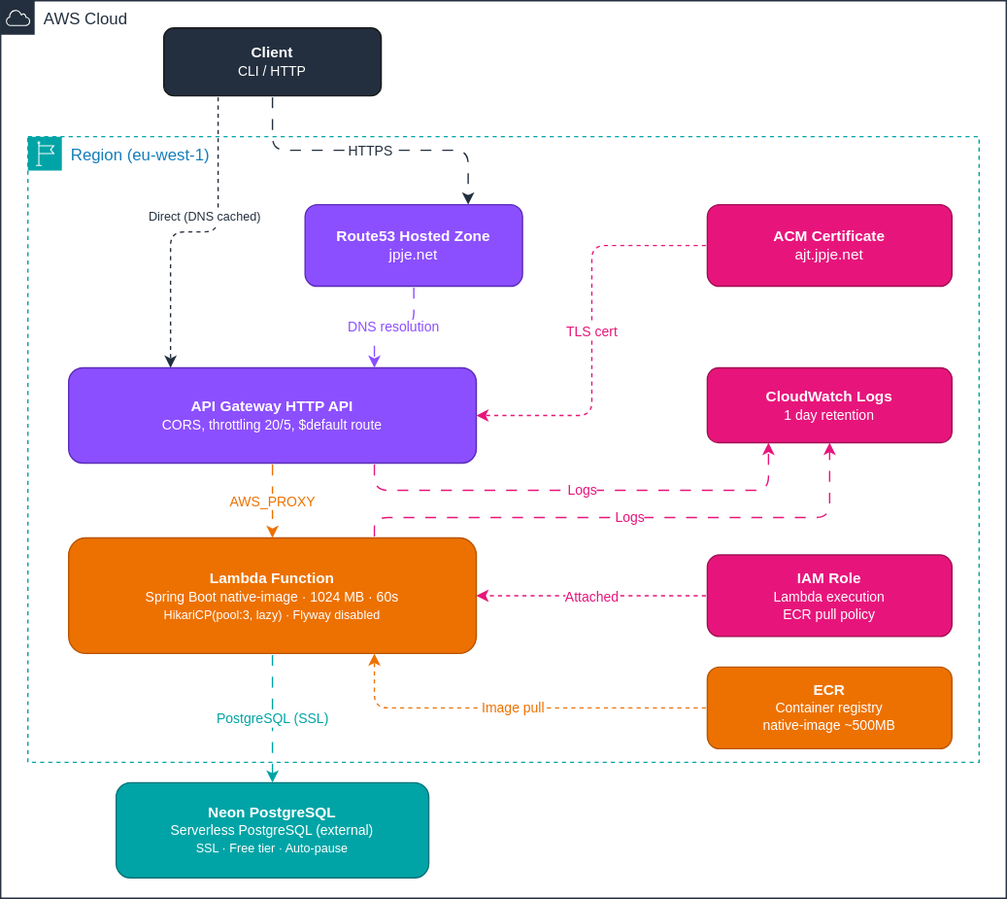
JuanPabloJimenezEsclusa/alexandra-job-tracker keeps this draw.io diagram as deploy/aws/images/ajt-serverless-aws-diagram.svg. Above is the earlier version. Source tidied: cells renumbered, new cells last; positions are measured from the earlier drawing's top-left corner, leaving out a move shared by most shapes.
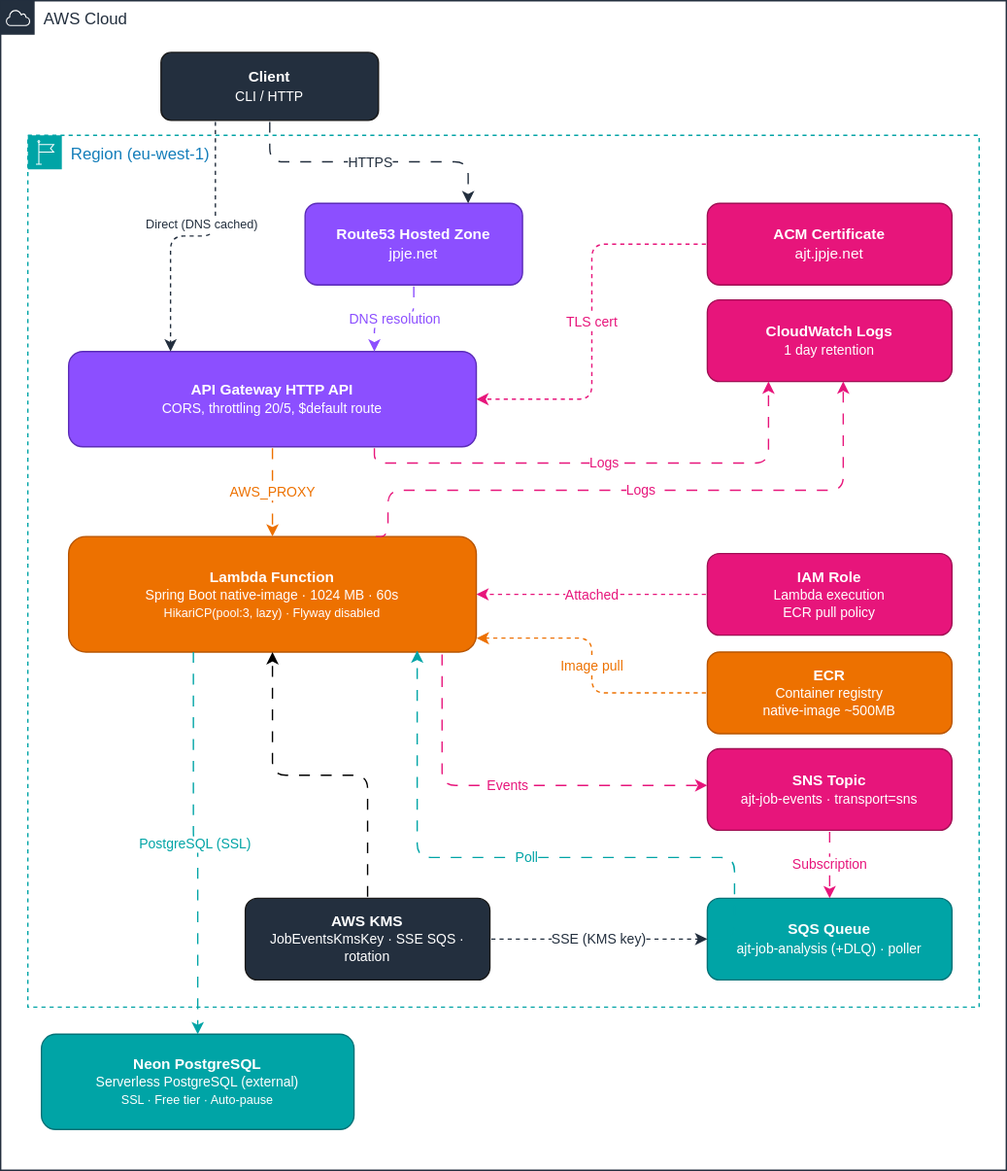
After the commit.

Commit message:
docs(architecture): update aws diagram

What changed in the source:
```diff
@@ -3,10 +3,10 @@
     <mxCell id="0" />
     <mxCell id="1" parent="0" />
     <mxCell id="2" value="AWS Cloud" style="gradientColor=none;html=1;whiteSpace=wrap;fontSize=12;fontStyle=0;shape=mxgraph.aws4.group;grIcon=mxgraph.aws4.group_aws_cloud;strokeColor=#232F3E;fillColor=none;verticalAlign=top;align=left;spacingLeft=30;fontColor=#232F3E;dashed=0;" parent="1" vertex="1">
-      <mxGeometry width="740" height="660" as="geometry" />
+      <mxGeometry width="740" height="860" as="geometry" />
     </mxCell>
     <mxCell id="3" value="Region (eu-west-1)" style="gradientColor=none;html=1;whiteSpace=wrap;fontSize=12;fontStyle=0;shape=mxgraph.aws4.group;grIcon=mxgraph.aws4.group_region;strokeColor=#00A4A6;fillColor=none;verticalAlign=top;align=left;spacingLeft=30;fontColor=#147EBA;dashed=1;" parent="2" vertex="1">
-      <mxGeometry x="20" y="100" width="700" height="460" as="geometry" />
+      <mxGeometry x="20" y="99" width="700" height="641" as="geometry" />
     </mxCell>
     <mxCell id="4" value="&lt;b&gt;Route53 Hosted Zone&lt;/b&gt;&lt;br&gt;jpje.net" style="rounded=1;whiteSpace=wrap;html=1;fillColor=#8C4FFF;strokeColor=#5B2CB8;fontColor=#ffffff;fontSize=11;" parent="3" vertex="1">
       <mxGeometry x="204" y="50" width="160" height="60" as="geometry" />
@@ -15,36 +15,60 @@
       <mxGeometry x="500" y="50" width="180" height="60" as="geometry" />
     </mxCell>
     <mxCell id="6" value="&lt;b&gt;API Gateway HTTP API&lt;/b&gt;&lt;br&gt;&lt;font style=&quot;font-size:10px&quot;&gt;CORS, throttling 20/5, $default route&lt;/font&gt;" style="rounded=1;whiteSpace=wrap;html=1;fillColor=#8C4FFF;strokeColor=#5B2CB8;fontColor=#ffffff;fontSize=11;" parent="3" vertex="1">
-      <mxGeometry x="30" y="170" width="300" height="70" as="geometry" />
+      <mxGeometry x="30" y="159" width="300" height="70" as="geometry" />
     </mxCell>
     <mxCell id="7" value="&lt;b&gt;Lambda Function&lt;/b&gt;&lt;br&gt;&lt;font style=&quot;font-size:10px&quot;&gt;Spring Boot native-image · 1024 MB · 60s&lt;/font&gt;&lt;br&gt;&lt;font style=&quot;font-size:9px&quot;&gt;HikariCP(pool:3, lazy) · Flyway disabled&lt;/font&gt;" style="rounded=1;whiteSpace=wrap;html=1;fillColor=#ED7100;strokeColor=#B85500;fontColor=#ffffff;fontSize=11;" parent="3" vertex="1">
       <mxGeometry x="30" y="295" width="300" height="85" as="geometry" />
     </mxCell>
     <mxCell id="8" value="&lt;b&gt;CloudWatch Logs&lt;/b&gt;&lt;br&gt;&lt;font style=&quot;font-size:10px&quot;&gt;1 day retention&lt;/font&gt;" style="rounded=1;whiteSpace=wrap;html=1;fillColor=#E7157B;strokeColor=#A01054;fontColor=#ffffff;fontSize=11;" parent="3" vertex="1">
-      <mxGeometry x="500" y="170" width="180" height="55" as="geometry" />
+      <mxGeometry x="500" y="121" width="180" height="60" as="geometry" />
     </mxCell>
     <mxCell id="9" value="&lt;b&gt;IAM Role&lt;/b&gt;&lt;br&gt;&lt;font style=&quot;font-size:10px&quot;&gt;Lambda execution&lt;br&gt;ECR pull policy&lt;/font&gt;" style="rounded=1;whiteSpace=wrap;html=1;fillColor=#E7157B;strokeColor=#A01054;fontColor=#ffffff;fontSize=11;" parent="3" vertex="1">
       <mxGeometry x="500" y="307.5" width="180" height="60" as="geometry" />
     </mxCell>
     <mxCell id="10" value="&lt;b&gt;ECR&lt;/b&gt;&lt;br&gt;&lt;font style=&quot;font-size:10px&quot;&gt;Container registry&lt;br&gt;native-image ~500MB&lt;/font&gt;" style="rounded=1;whiteSpace=wrap;html=1;fillColor=#ED7100;strokeColor=#B85500;fontColor=#ffffff;fontSize=11;" parent="3" vertex="1">
-      <mxGeometry x="500" y="390" width="180" height="60" as="geometry" />
+      <mxGeometry x="500" y="380" width="180" height="60" as="geometry" />
     </mxCell>
     <mxCell id="11" value="Logs" style="edgeStyle=orthogonalEdgeStyle;rounded=1;jettySize=auto;html=1;strokeColor=#E7157B;fontSize=10;fontColor=#E7157B;flowAnimation=1;exitX=0.75;exitY=1;exitDx=0;exitDy=0;entryX=0.25;entryY=1;entryDx=0;entryDy=0;" parent="3" edge="1" source="6" target="8">
       <mxGeometry relative="1" as="geometry">
         <Array as="points">
-          <mxPoint x="255" y="260" />
-          <mxPoint x="545" y="260" />
+          <mxPoint x="255" y="241" />
+          <mxPoint x="545" y="241" />
         </Array>
       </mxGeometry>
     </mxCell>
-    <mxCell id="12" value="&lt;b&gt;Neon PostgreSQL&lt;/b&gt;&lt;br&gt;&lt;font style=&quot;font-size:10px&quot;&gt;Serverless PostgreSQL (external)&lt;/font&gt;&lt;br&gt;&lt;font style=&quot;font-size:9px&quot;&gt;SSL · Free tier · Auto-pause&lt;/font&gt;" style="rounded=1;whiteSpace=wrap;html=1;fillColor=#00A4A6;strokeColor=#007277;fontColor=#ffffff;fontSize=11;" parent="2" vertex="1">
-      <mxGeometry x="85" y="575" width="230" height="70" as="geometry" />
-    </mxCell>
-    <mxCell id="13" value="PostgreSQL (SSL)" style="edgeStyle=orthogonalEdgeStyle;rounded=1;jettySize=auto;html=1;strokeColor=#00A4A6;fontSize=10;fontColor=#00A4A6;flowAnimation=1;" parent="2" edge="1" source="7" target="12">
-      <mxGeometry relative="1" as="geometry" />
-    </mxCell>
+    <mxCell id="23" value="&lt;b&gt;SNS Topic&lt;/b&gt;&lt;br&gt;&lt;font style=&quot;font-size:10px&quot;&gt;ajt-job-events · transport=sns&lt;/font&gt;" style="rounded=1;whiteSpace=wrap;html=1;fillColor=#E7157B;strokeColor=#A01054;fontColor=#ffffff;fontSize=11;" parent="3" vertex="1">
+      <mxGeometry x="500" y="451" width="180" height="60" as="geometry" />
+    </mxCell>
+    <mxCell id="24" value="&lt;b&gt;SQS Queue&lt;/b&gt;&lt;br&gt;&lt;font style=&quot;font-size:10px&quot;&gt;ajt-job-analysis (+DLQ) · poller&lt;/font&gt;" style="rounded=1;whiteSpace=wrap;html=1;fillColor=#00A4A6;strokeColor=#007277;fontColor=#ffffff;fontSize=11;" parent="3" vertex="1">
+      <mxGeometry x="500" y="561" width="180" height="60" as="geometry" />
+    </mxCell>
+    <mxCell id="25" style="edgeStyle=orthogonalEdgeStyle;rounded=1;jettySize=auto;html=1;curved=0;flowAnimation=1;" parent="3" edge="1" source="26" target="7">
+      <mxGeometry relative="1" as="geometry" />
+    </mxCell>
+    <mxCell id="26" value="&lt;b&gt;AWS KMS&lt;/b&gt;&lt;br&gt;&lt;font style=&quot;font-size:10px&quot;&gt;JobEventsKmsKey · SSE SQS · rotation&lt;/font&gt;" style="rounded=1;whiteSpace=wrap;html=1;fillColor=#232F3E;strokeColor=#1A1A1A;fontColor=#ffffff;fontSize=11;" parent="3" vertex="1">
+      <mxGeometry x="160" y="561" width="180" height="60" as="geometry" />
+    </mxCell>
+    <mxCell id="27" value="Events" style="edgeStyle=orthogonalEdgeStyle;rounded=1;jettySize=auto;html=1;strokeColor=#E7157B;fontSize=10;fontColor=#E7157B;flowAnimation=1;exitX=0.916;exitY=1.007;exitDx=0;exitDy=0;entryX=0;entryY=0.45;entryDx=0;entryDy=0;exitPerimeter=0;" parent="3" edge="1" source="7" target="23">
+      <mxGeometry relative="1" as="geometry" />
+    </mxCell>
+    <mxCell id="28" value="Subscription" style="edgeStyle=orthogonalEdgeStyle;rounded=1;jettySize=auto;html=1;strokeColor=#E7157B;fontSize=10;fontColor=#E7157B;flowAnimation=1;exitX=0.5;exitY=1;exitDx=0;exitDy=0;entryX=0.5;entryY=0;entryDx=0;entryDy=0;" parent="3" edge="1" source="23" target="24">
+      <mxGeometry relative="1" as="geometry" />
+    </mxCell>
+    <mxCell id="29" value="Poll" style="edgeStyle=orthogonalEdgeStyle;rounded=1;jettySize=auto;html=1;strokeColor=#00A4A6;fontSize=10;fontColor=#00A4A6;flowAnimation=1;exitX=0;exitY=0.5;exitDx=0;exitDy=0;entryX=0.855;entryY=0.986;entryDx=0;entryDy=0;entryPerimeter=0;" parent="3" edge="1" source="24" target="7">
+      <mxGeometry relative="1" as="geometry">
+        <Array as="points">
+          <mxPoint x="520" y="591" />
+          <mxPoint x="520" y="531" />
+          <mxPoint x="287" y="531" />
+        </Array>
+      </mxGeometry>
+    </mxCell>
+    <mxCell id="30" value="SSE (KMS key)" style="rounded=1;jettySize=auto;html=1;strokeColor=#232F3E;fontSize=10;fontColor=#232F3E;dashed=1;flowAnimation=1;exitX=1;exitY=0.5;exitDx=0;exitDy=0;entryX=0;entryY=0.5;entryDx=0;entryDy=0;edgeStyle=orthogonalEdgeStyle;" parent="3" edge="1" source="26" target="24">
+      <mxGeometry relative="1" as="geometry" />
+    </mxCell>
     <mxCell id="14" value="&lt;b&gt;Client&lt;/b&gt;&lt;br&gt;&lt;font style=&quot;font-size:10px&quot;&gt;CLI / HTTP&lt;/font&gt;" style="rounded=1;whiteSpace=wrap;html=1;fillColor=#232F3E;strokeColor=#1A1A1A;fontColor=#ffffff;fontSize=11;" parent="2" vertex="1">
-      <mxGeometry x="120" y="20" width="160" height="50" as="geometry" />
+      <mxGeometry x="118" y="38" width="160" height="50" as="geometry" />
     </mxCell>
     <mxCell id="15" value="HTTPS" style="edgeStyle=orthogonalEdgeStyle;rounded=1;jettySize=auto;html=1;strokeColor=#232F3E;fontSize=10;fontColor=#232F3E;elbow=vertical;flowAnimation=1;entryX=0.75;entryY=0;entryDx=0;entryDy=0;" parent="2" edge="1" source="14" target="4">
       <mxGeometry relative="1" as="geometry" />
@@ -52,6 +76,12 @@
     <mxCell id="16" value="Direct (DNS cached)" style="edgeStyle=orthogonalEdgeStyle;rounded=1;jettySize=auto;html=1;strokeColor=#232F3E;fontSize=9;fontColor=#232F3E;dashed=1;flowAnimation=1;jumpStyle=line;exitX=0.25;exitY=1;exitDx=0;exitDy=0;entryX=0.25;entryY=0;entryDx=0;entryDy=0;" parent="2" edge="1" source="14" target="6">
       <mxGeometry x="-0.25" y="-10" relative="1" as="geometry" />
     </mxCell>
+    <mxCell id="12" value="&lt;b&gt;Neon PostgreSQL&lt;/b&gt;&lt;br&gt;&lt;font style=&quot;font-size:10px&quot;&gt;Serverless PostgreSQL (external)&lt;/font&gt;&lt;br&gt;&lt;font style=&quot;font-size:9px&quot;&gt;SSL · Free tier · Auto-pause&lt;/font&gt;" style="rounded=1;whiteSpace=wrap;html=1;fillColor=#00A4A6;strokeColor=#007277;fontColor=#ffffff;fontSize=11;" parent="2" vertex="1">
+      <mxGeometry x="30" y="760" width="230" height="70" as="geometry" />
+    </mxCell>
+    <mxCell id="13" value="PostgreSQL (SSL)" style="edgeStyle=orthogonalEdgeStyle;rounded=1;jettySize=auto;html=1;strokeColor=#00A4A6;fontSize=10;fontColor=#00A4A6;flowAnimation=1;exitX=0.306;exitY=0.986;exitDx=0;exitDy=0;exitPerimeter=0;" parent="2" edge="1" source="7" target="12">
+      <mxGeometry relative="1" as="geometry" />
+    </mxCell>
     <mxCell id="17" value="DNS resolution" style="edgeStyle=orthogonalEdgeStyle;rounded=1;jettySize=auto;html=1;strokeColor=#8C4FFF;fontSize=10;fontColor=#8C4FFF;entryX=0.75;entryY=0;entryDx=0;entryDy=0;flowAnimation=1;" parent="1" edge="1" source="4" target="6">
       <mxGeometry relative="1" as="geometry" />
     </mxCell>
@@ -64,15 +94,15 @@
     <mxCell id="20" value="Logs" style="edgeStyle=orthogonalEdgeStyle;rounded=1;jettySize=auto;html=1;strokeColor=#E7157B;fontSize=10;fontColor=#E7157B;flowAnimation=1;exitX=0.75;exitY=0;exitDx=0;exitDy=0;" parent="1" edge="1" source="7" target="8">
       <mxGeometry relative="1" as="geometry">
         <Array as="points">
-          <mxPoint x="275" y="380" />
-          <mxPoint x="610" y="380" />
+          <mxPoint x="285" y="360" />
+          <mxPoint x="620" y="360" />
         </Array>
       </mxGeometry>
     </mxCell>
     <mxCell id="21" value="Attached" style="edgeStyle=orthogonalEdgeStyle;rounded=1;jettySize=auto;html=1;strokeColor=#E7157B;fontSize=10;fontColor=#E7157B;dashed=1;flowAnimation=1;" parent="1" edge="1" source="9" target="7">
       <mxGeometry relative="1" as="geometry" />
     </mxCell>
-    <mxCell id="22" value="Image pull" style="edgeStyle=orthogonalEdgeStyle;rounded=1;jettySize=auto;html=1;strokeColor=#ED7100;fontSize=10;fontColor=#ED7100;dashed=1;entryX=0.75;entryY=1;entryDx=0;entryDy=0;flowAnimation=1;" parent="1" edge="1" source="10" target="7">
+    <mxCell id="22" value="Image pull" style="edgeStyle=orthogonalEdgeStyle;rounded=1;jettySize=auto;html=1;strokeColor=#ED7100;fontSize=10;fontColor=#ED7100;dashed=1;entryX=1.001;entryY=0.879;entryDx=0;entryDy=0;flowAnimation=1;entryPerimeter=0;" parent="1" edge="1" source="10" target="7">
       <mxGeometry relative="1" as="geometry" />
     </mxCell>
   </root>
```
